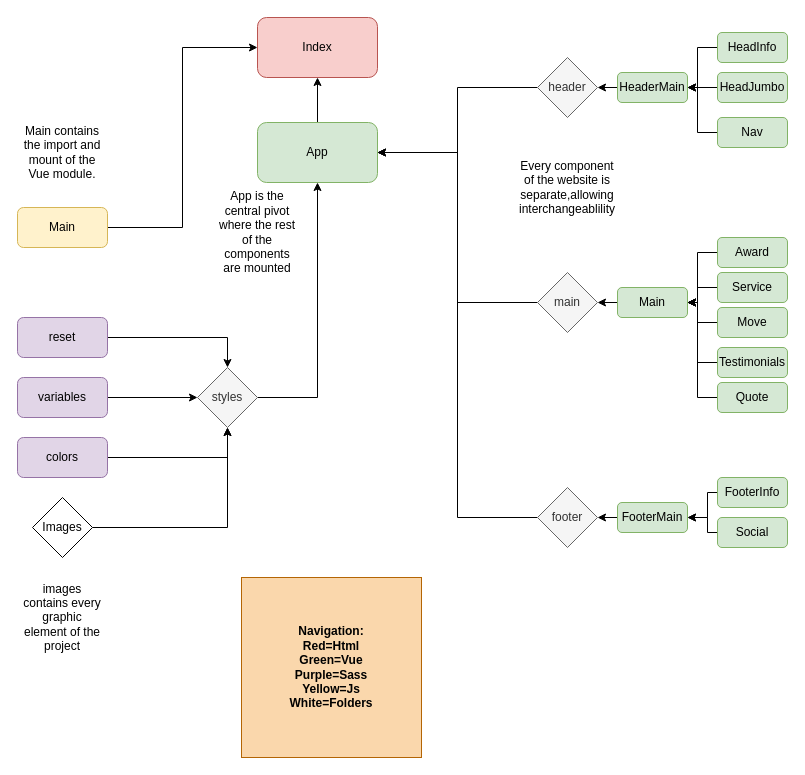
Lorenzo91347/proj-html-vuejs keeps this draw.io diagram as Avada Movers.drawio. Above is the earlier version. Source tidied: cells renumbered, new cells numbered last; positions are measured from the earlier drawing's top-left corner, leaving out a move shared by most shapes. Both pictures are drawn from the tidied source at 100%, with x=0, y=0 at pixel (17, 17).
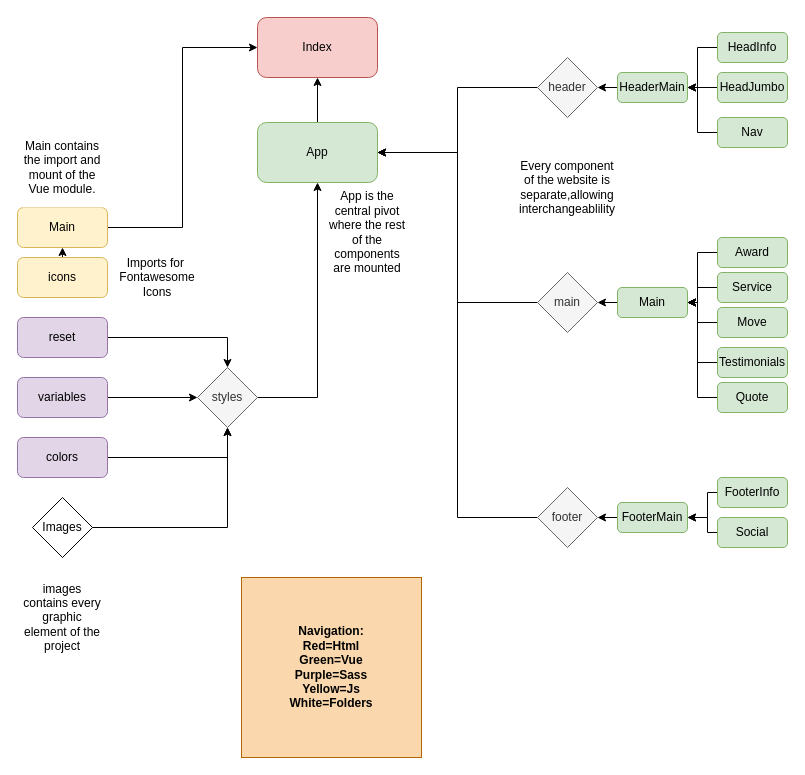
The same diagram, later.

The change refers to these unchanged cells:
```xml
<mxCell id="34" value="Main" style="rounded=1;whiteSpace=wrap;html=1;fillColor=#fff2cc;strokeColor=#d6b656;" parent="1" vertex="1">
  <mxGeometry y="190" width="90" height="40" as="geometry" />
</mxCell>
```

Change to the diagram source:
```diff
@@
     <mxCell id="50" value="Main contains the import and mount of the Vue module." style="whiteSpace=wrap;html=1;strokeColor=none;" parent="1" vertex="1">
-      <mxGeometry x="5" y="95" width="80" height="80" as="geometry" />
+      <mxGeometry x="5" y="110" width="80" height="80" as="geometry" />
     </mxCell>
     <mxCell id="51" value="App is the central pivot where the rest of the components are mounted" style="whiteSpace=wrap;html=1;strokeColor=none;" parent="1" vertex="1">
-      <mxGeometry x="200" y="175" width="80" height="80" as="geometry" />
+      <mxGeometry x="310" y="175" width="80" height="80" as="geometry" />
     </mxCell>
@@
+    <mxCell id="54" style="edgeStyle=orthogonalEdgeStyle;rounded=0;jettySize=auto;html=1;exitX=0.5;exitY=0;exitDx=0;exitDy=0;entryX=0.5;entryY=1;entryDx=0;entryDy=0;" parent="1" edge="1" source="55" target="34">
+      <mxGeometry relative="1" as="geometry" />
+    </mxCell>
+    <mxCell id="55" value="icons" style="rounded=1;whiteSpace=wrap;html=1;fillColor=#fff2cc;strokeColor=#d6b656;" parent="1" vertex="1">
+      <mxGeometry y="240" width="90" height="40" as="geometry" />
+    </mxCell>
+    <mxCell id="56" value="Imports for&amp;nbsp;&lt;br&gt;Fontawesome&lt;br&gt;Icons" style="whiteSpace=wrap;html=1;strokeColor=none;" parent="1" vertex="1">
+      <mxGeometry x="100" y="220" width="80" height="80" as="geometry" />
+    </mxCell>
```
